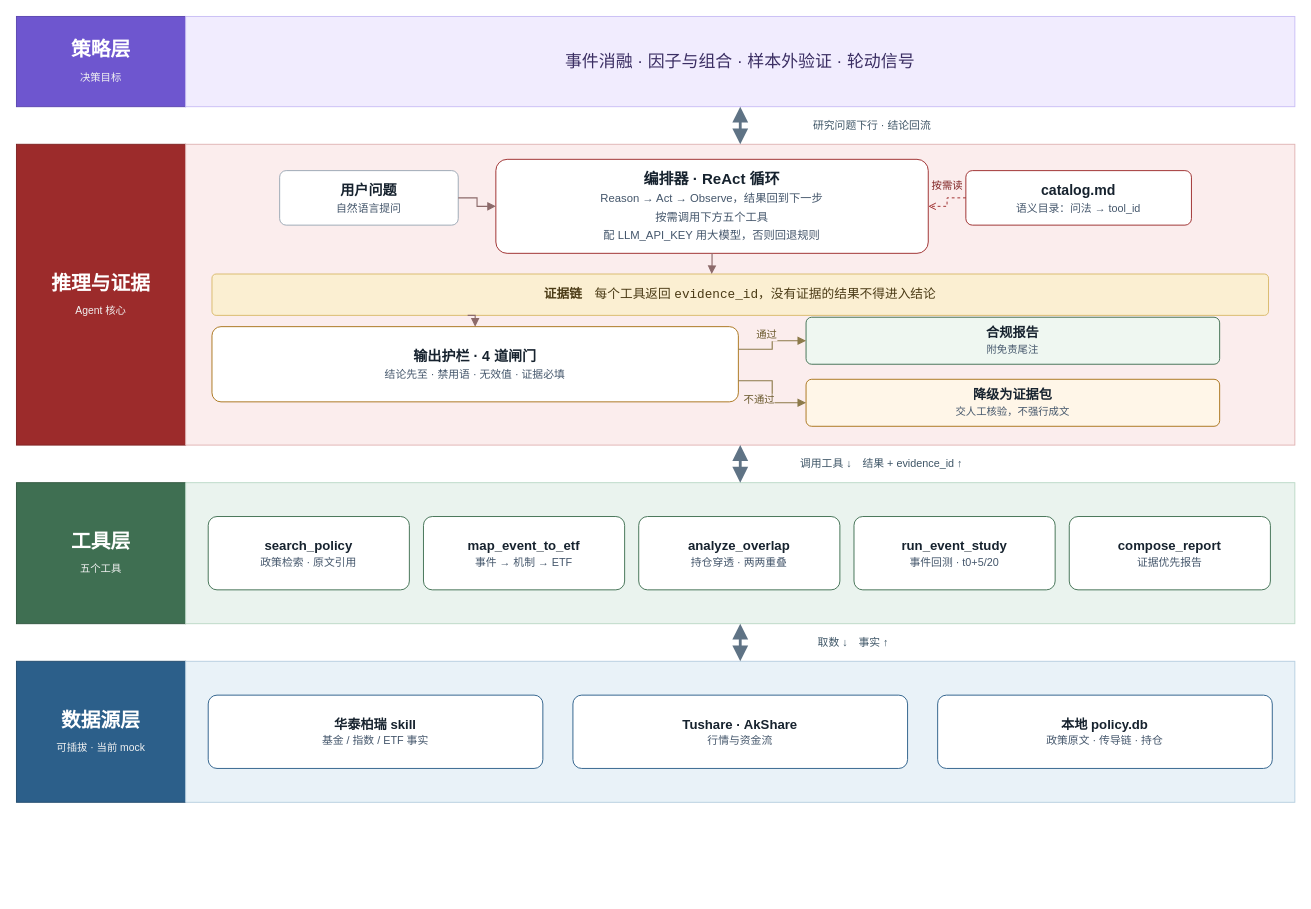
The draw.io diagram docs/architecture.drawio in ChinaLyn/etf-research-agent, before the edit. Source tidied: cells renumbered, new cells numbered last; positions are measured from the earlier drawing's top-left corner, leaving out a move shared by most shapes. Both pictures are drawn from the tidied source at 94%, with x=0, y=0 at pixel (16, 16).
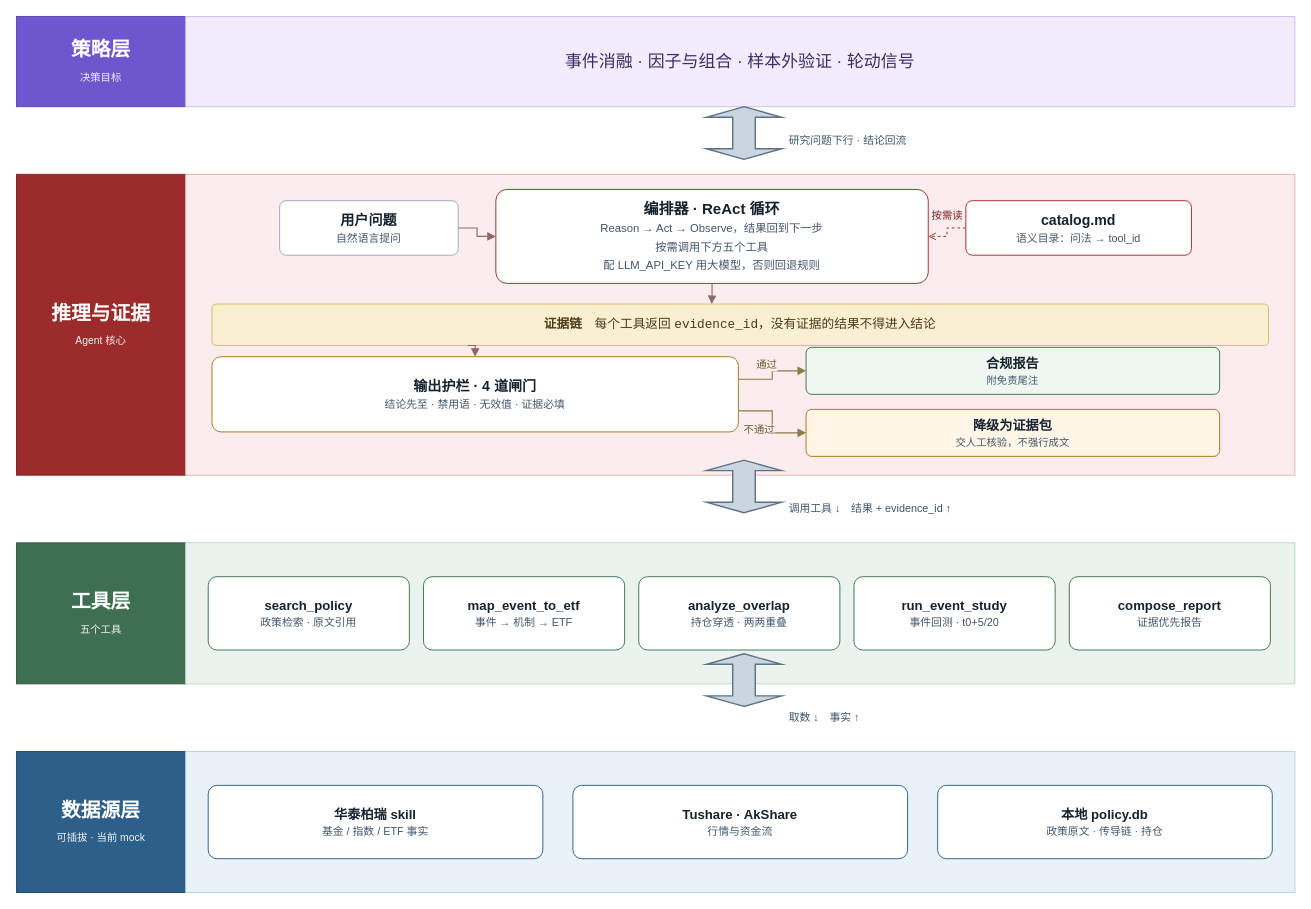
After the change.

Commit message (it also covers changes not shown here):
docs: 层间箭头改为填充式双向箭头，比例参照样图

The change refers to these unchanged cells:
```xml
<mxCell id="3" style="rounded=0;whiteSpace=wrap;html=1;fontFamily=Microsoft YaHei;fillColor=#F1ECFE;strokeColor=#C9BEF5;" parent="1" vertex="1">
  <mxGeometry x="180" width="1180" height="96" as="geometry" />
</mxCell>
```

The edit, as a diff of the source:
```diff
@@
     <mxCell id="5" value="&lt;b&gt;推理与证据&lt;/b&gt;&lt;br&gt;&lt;font style=&quot;font-size:11px;color:#F2F2F2&quot;&gt;Agent 核心&lt;/font&gt;" style="rounded=0;whiteSpace=wrap;html=1;fontSize=21;fontColor=#FFFFFF;fontFamily=Microsoft YaHei;fillColor=#9C2B2B;strokeColor=#7F2222;" parent="1" vertex="1">
-      <mxGeometry y="136" width="180" height="320" as="geometry" />
+      <mxGeometry y="168" width="180" height="320" as="geometry" />
     </mxCell>
     <mxCell id="6" style="rounded=0;whiteSpace=wrap;html=1;fontFamily=Microsoft YaHei;fillColor=#FBEDED;strokeColor=#E0B4B4;" parent="1" vertex="1">
-      <mxGeometry x="180" y="136" width="1180" height="320" as="geometry" />
+      <mxGeometry x="180" y="168" width="1180" height="320" as="geometry" />
     </mxCell>
@@
     <mxCell id="20" value="&lt;b&gt;工具层&lt;/b&gt;&lt;br&gt;&lt;font style=&quot;font-size:11px;color:#F2F2F2&quot;&gt;五个工具&lt;/font&gt;" style="rounded=0;whiteSpace=wrap;html=1;fontSize=21;fontColor=#FFFFFF;fontFamily=Microsoft YaHei;fillColor=#3F6F52;strokeColor=#31573F;" parent="1" vertex="1">
-      <mxGeometry y="496" width="180" height="150" as="geometry" />
+      <mxGeometry y="560" width="180" height="150" as="geometry" />
     </mxCell>
     <mxCell id="21" style="rounded=0;whiteSpace=wrap;html=1;fontFamily=Microsoft YaHei;fillColor=#EAF3EE;strokeColor=#BCD9C7;" parent="1" vertex="1">
-      <mxGeometry x="180" y="496" width="1180" height="150" as="geometry" />
+      <mxGeometry x="180" y="560" width="1180" height="150" as="geometry" />
     </mxCell>
@@
     <mxCell id="27" value="&lt;b&gt;数据源层&lt;/b&gt;&lt;br&gt;&lt;font style=&quot;font-size:11px;color:#F2F2F2&quot;&gt;可插拔 · 当前 mock&lt;/font&gt;" style="rounded=0;whiteSpace=wrap;html=1;fontSize=21;fontColor=#FFFFFF;fontFamily=Microsoft YaHei;fillColor=#2C5F8A;strokeColor=#234C6E;" parent="1" vertex="1">
-      <mxGeometry y="686" width="180" height="150" as="geometry" />
+      <mxGeometry y="782" width="180" height="150" as="geometry" />
     </mxCell>
     <mxCell id="28" style="rounded=0;whiteSpace=wrap;html=1;fontFamily=Microsoft YaHei;fillColor=#E9F2F8;strokeColor=#B7CFE0;" parent="1" vertex="1">
-      <mxGeometry x="180" y="686" width="1180" height="150" as="geometry" />
+      <mxGeometry x="180" y="782" width="1180" height="150" as="geometry" />
     </mxCell>
@@
-    <mxCell id="32" value="研究问题下行 · 结论回流" style="edgeStyle=orthogonalEdgeStyle;rounded=0;html=1;startArrow=block;startFill=1;endArrow=block;endFill=1;strokeWidth=3;startSize=9;endSize=9;strokeColor=#5F7385;fontColor=#3E5566;fontSize=11.5;fontFamily=Microsoft YaHei;labelBackgroundColor=#FFFFFF;exitX=0.5;exitY=1;exitDx=0;exitDy=0;entryX=0.5;entryY=0;entryDx=0;entryDy=0;" parent="1" edge="1" source="3" target="6">
-      <mxGeometry relative="1" as="geometry">
-        <mxPoint x="140" as="offset" />
-      </mxGeometry>
+    <mxCell id="32" style="shape=doubleArrow;html=1;direction=north;size=14;fillColor=#C9D6E2;strokeColor=#5F7385;strokeWidth=1.5;" parent="1" vertex="1">
+      <mxGeometry x="734" y="96" width="80" height="56" as="geometry" />
     </mxCell>
+    <mxCell id="35" value="研究问题下行 · 结论回流" style="text;html=1;fontSize=11.5;fontColor=#3E5566;fontFamily=Microsoft YaHei;align=left;verticalAlign=middle;" parent="1" vertex="1">
+      <mxGeometry x="820" y="96" width="380" height="72" as="geometry" />
+    </mxCell>
-    <mxCell id="33" value="调用工具 ↓　结果 + evidence_id ↑" style="edgeStyle=orthogonalEdgeStyle;rounded=0;html=1;startArrow=block;startFill=1;endArrow=block;endFill=1;strokeWidth=3;startSize=9;endSize=9;strokeColor=#5F7385;fontColor=#3E5566;fontSize=11.5;fontFamily=Microsoft YaHei;labelBackgroundColor=#FFFFFF;exitX=0.5;exitY=1;exitDx=0;exitDy=0;entryX=0.5;entryY=0;entryDx=0;entryDy=0;" parent="1" edge="1" source="6" target="21">
-      <mxGeometry relative="1" as="geometry">
-        <mxPoint x="150" as="offset" />
-      </mxGeometry>
+    <mxCell id="33" style="shape=doubleArrow;html=1;direction=north;size=14;fillColor=#C9D6E2;strokeColor=#5F7385;strokeWidth=1.5;" parent="1" vertex="1">
+      <mxGeometry x="734" y="472" width="80" height="56" as="geometry" />
     </mxCell>
+    <mxCell id="36" value="调用工具 ↓　结果 + evidence_id ↑" style="text;html=1;fontSize=11.5;fontColor=#3E5566;fontFamily=Microsoft YaHei;align=left;verticalAlign=middle;" parent="1" vertex="1">
+      <mxGeometry x="820" y="488" width="440" height="72" as="geometry" />
+    </mxCell>
-    <mxCell id="34" value="取数 ↓　事实 ↑" style="edgeStyle=orthogonalEdgeStyle;rounded=0;html=1;startArrow=block;startFill=1;endArrow=block;endFill=1;strokeWidth=3;startSize=9;endSize=9;strokeColor=#5F7385;fontColor=#3E5566;fontSize=11.5;fontFamily=Microsoft YaHei;labelBackgroundColor=#FFFFFF;exitX=0.5;exitY=1;exitDx=0;exitDy=0;entryX=0.5;entryY=0;entryDx=0;entryDy=0;" parent="1" edge="1" source="21" target="28">
-      <mxGeometry relative="1" as="geometry">
-        <mxPoint x="120" as="offset" />
-      </mxGeometry>
+    <mxCell id="34" style="shape=doubleArrow;html=1;direction=north;size=14;fillColor=#C9D6E2;strokeColor=#5F7385;strokeWidth=1.5;" parent="1" vertex="1">
+      <mxGeometry x="734" y="678" width="80" height="56" as="geometry" />
     </mxCell>
+    <mxCell id="37" value="取数 ↓　事实 ↑" style="text;html=1;fontSize=11.5;fontColor=#3E5566;fontFamily=Microsoft YaHei;align=left;verticalAlign=middle;" parent="1" vertex="1">
+      <mxGeometry x="820" y="710" width="280" height="72" as="geometry" />
+    </mxCell>
```
